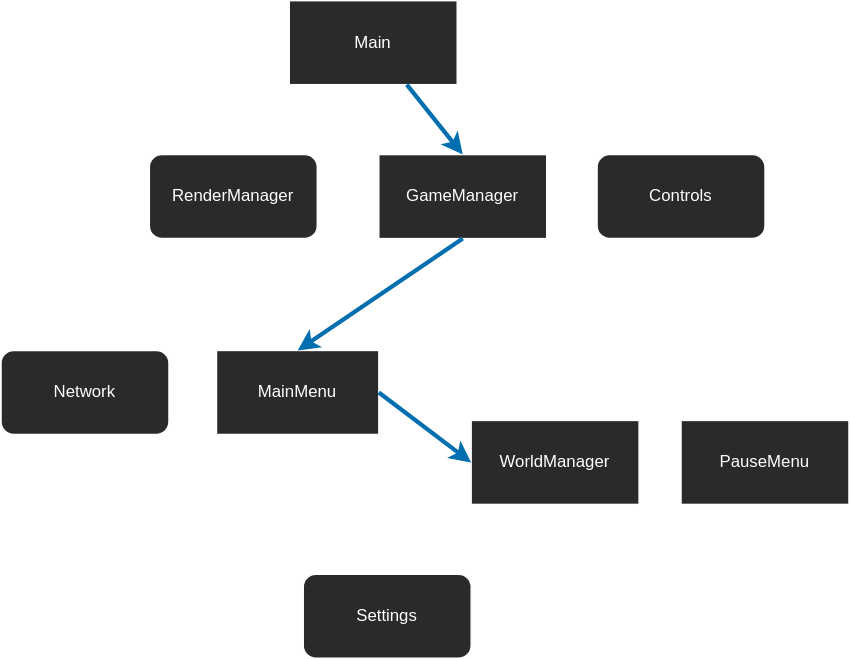
This is pics/project-arch.drawio.svg from hammerill/Sand-Box2D, a draw.io export, as it was before one commit. Source tidied: cells renumbered, new cells last; positions are measured from the earlier drawing's top-left corner, leaving out a move shared by most shapes.
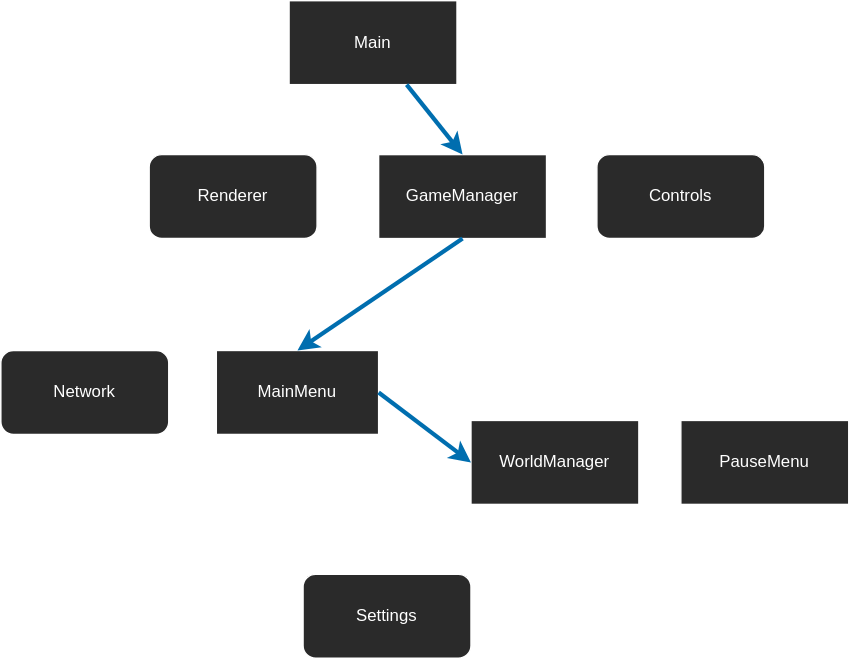
Above is the later version.

Diff of the diagram source:
```diff
@@ -17,7 +17,7 @@
     <mxCell id="6" value="GameManager&lt;br&gt;" style="whiteSpace=wrap;html=1;fillColor=#2A2A2A;fontColor=#FFFFFF;labelBorderColor=none;strokeColor=#FFFFFF;" parent="1" vertex="1">
       <mxGeometry x="270" y="110" width="120" height="60" as="geometry" />
     </mxCell>
-    <mxCell id="7" value="RenderManager" style="whiteSpace=wrap;html=1;rounded=1;fillColor=#2A2A2A;fontColor=#FFFFFF;labelBorderColor=none;strokeColor=#FFFFFF;" parent="1" vertex="1">
+    <mxCell id="7" value="Renderer" style="whiteSpace=wrap;html=1;rounded=1;fillColor=#2A2A2A;fontColor=#FFFFFF;labelBorderColor=none;strokeColor=#FFFFFF;" parent="1" vertex="1">
       <mxGeometry x="106" y="110" width="120" height="60" as="geometry" />
     </mxCell>
     <mxCell id="8" style="edgeStyle=none;html=1;entryX=0.318;entryY=1.02;entryDx=0;entryDy=0;entryPerimeter=0;strokeColor=#FFFFFF;" parent="1" edge="1" source="12" target="7">
```
